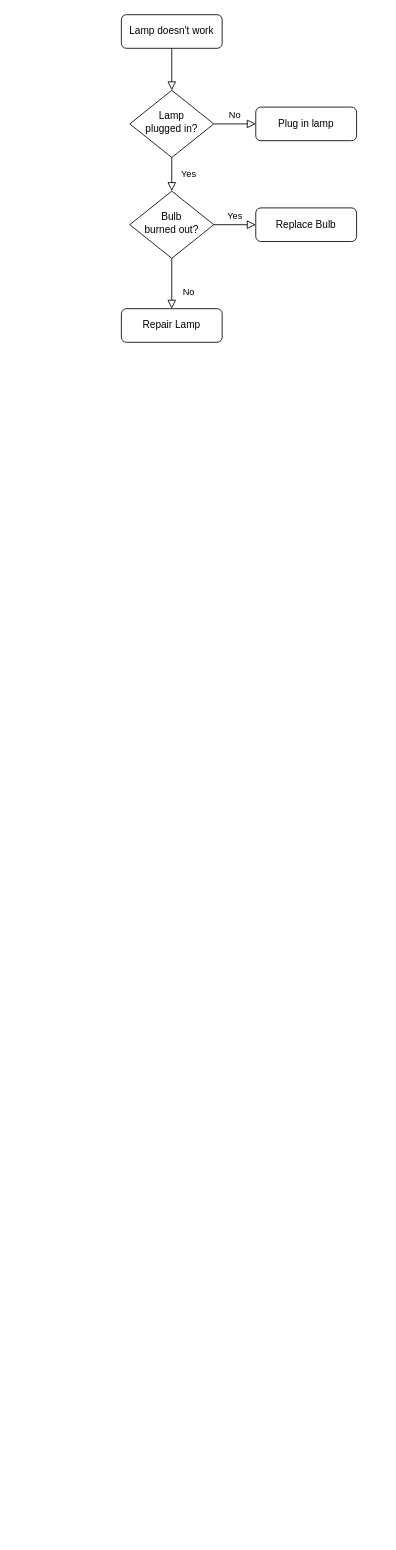
Before: Untitled Diagram.drawio in srinich-dev/algos_ds, a draw.io diagram. Source tidied: cells renumbered, new cells numbered last; positions are measured from the earlier drawing's top-left corner, leaving out a move shared by most shapes. Both pictures are drawn from the tidied source at 84%, with x=0, y=0 at pixel (121, 14).
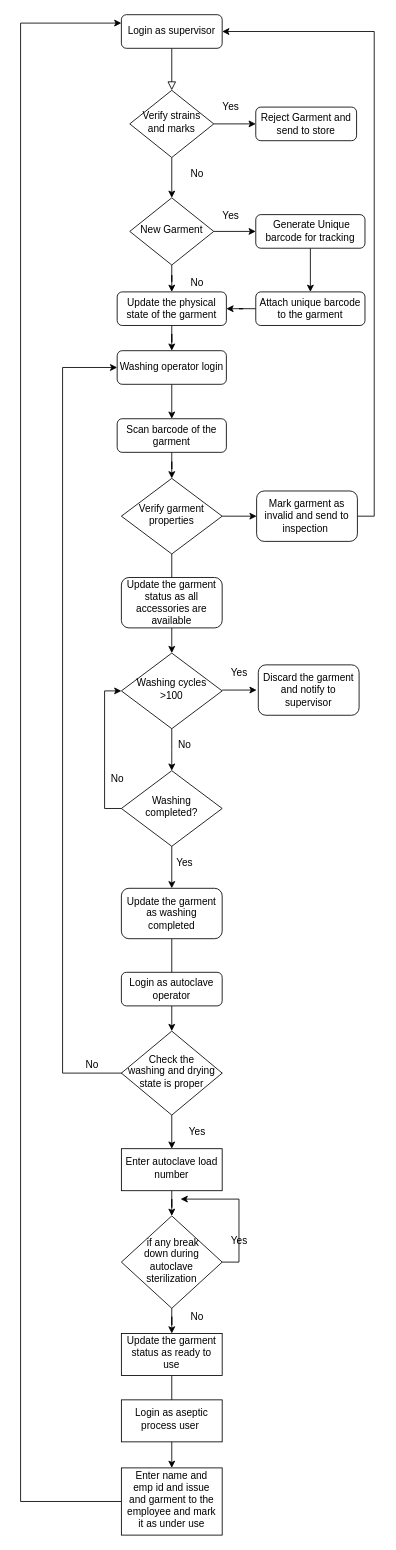
The same diagram, later.

Change to the diagram source:
```diff
@@
-    <mxCell id="3" value="Lamp doesn't work" style="rounded=1;whiteSpace=wrap;html=1;fontSize=12;glass=0;strokeWidth=1;shadow=0;" parent="1" vertex="1">
+    <mxCell id="3" value="Login as supervisor" style="rounded=1;whiteSpace=wrap;html=1;fontSize=12;glass=0;strokeWidth=1;shadow=0;" parent="1" vertex="1">
       <mxGeometry width="120" height="40" as="geometry" />
     </mxCell>
+    <mxCell id="5" style="edgeStyle=orthogonalEdgeStyle;rounded=0;jettySize=auto;html=1;exitX=1;exitY=0.5;exitDx=0;exitDy=0;entryX=0;entryY=0.5;entryDx=0;entryDy=0;" parent="1" edge="1" source="6" target="7">
+      <mxGeometry relative="1" as="geometry" />
+    </mxCell>
-    <mxCell id="4" value="Yes" style="rounded=0;html=1;jettySize=auto;fontSize=11;endArrow=block;endFill=0;endSize=8;strokeWidth=1;shadow=0;labelBackgroundColor=none;edgeStyle=orthogonalEdgeStyle;" parent="1" edge="1" source="6" target="10">
-      <mxGeometry y="20" relative="1" as="geometry" />
+    <mxCell id="4" style="edgeStyle=orthogonalEdgeStyle;rounded=0;jettySize=auto;html=1;exitX=0.5;exitY=1;exitDx=0;exitDy=0;entryX=0.5;entryY=0;entryDx=0;entryDy=0;" parent="1" edge="1" source="6" target="10">
+      <mxGeometry relative="1" as="geometry" />
     </mxCell>
-    <mxCell id="5" value="No" style="edgeStyle=orthogonalEdgeStyle;rounded=0;html=1;jettySize=auto;fontSize=11;endArrow=block;endFill=0;endSize=8;strokeWidth=1;shadow=0;labelBackgroundColor=none;" parent="1" edge="1" source="6" target="7">
-      <mxGeometry y="10" relative="1" as="geometry" />
-    </mxCell>
-    <mxCell id="6" value="Lamp&lt;br&gt;plugged in?" style="rhombus;whiteSpace=wrap;html=1;shadow=0;fontFamily=Helvetica;fontSize=12;align=center;strokeWidth=1;spacing=6;spacingTop=-4;" parent="1" vertex="1">
+    <mxCell id="6" value="Verify strains&lt;br&gt;and marks" style="rhombus;whiteSpace=wrap;html=1;shadow=0;fontFamily=Helvetica;fontSize=12;align=center;strokeWidth=1;spacing=6;spacingTop=-4;" parent="1" vertex="1">
       <mxGeometry x="10" y="90" width="100" height="80" as="geometry" />
     </mxCell>
-    <mxCell id="7" value="Plug in lamp" style="rounded=1;whiteSpace=wrap;html=1;fontSize=12;glass=0;strokeWidth=1;shadow=0;" parent="1" vertex="1">
+    <mxCell id="7" value="Reject Garment and send to store" style="rounded=1;whiteSpace=wrap;html=1;fontSize=12;glass=0;strokeWidth=1;shadow=0;" parent="1" vertex="1">
       <mxGeometry x="160" y="110" width="120" height="40" as="geometry" />
     </mxCell>
-    <mxCell id="8" value="No" style="rounded=0;html=1;jettySize=auto;fontSize=11;endArrow=block;endFill=0;endSize=8;strokeWidth=1;shadow=0;labelBackgroundColor=none;edgeStyle=orthogonalEdgeStyle;" parent="1" edge="1" source="10" target="11">
-      <mxGeometry x="0.33" y="20" relative="1" as="geometry" />
-    </mxCell>
-    <mxCell id="9" value="Yes" style="edgeStyle=orthogonalEdgeStyle;rounded=0;html=1;jettySize=auto;fontSize=11;endArrow=block;endFill=0;endSize=8;strokeWidth=1;shadow=0;labelBackgroundColor=none;" parent="1" edge="1" source="10" target="12">
-      <mxGeometry y="10" relative="1" as="geometry" />
-    </mxCell>
+    <mxCell id="13" style="edgeStyle=orthogonalEdgeStyle;rounded=0;jettySize=auto;html=1;" parent="1" edge="1" source="10" target="18">
+      <mxGeometry relative="1" as="geometry" />
+    </mxCell>
+    <mxCell id="14" style="edgeStyle=orthogonalEdgeStyle;rounded=0;jettySize=auto;html=1;" parent="1" edge="1" source="10" target="28">
+      <mxGeometry relative="1" as="geometry" />
+    </mxCell>
-    <mxCell id="10" value="Bulb&lt;br&gt;burned out?" style="rhombus;whiteSpace=wrap;html=1;shadow=0;fontFamily=Helvetica;fontSize=12;align=center;strokeWidth=1;spacing=6;spacingTop=-4;" parent="1" vertex="1">
-      <mxGeometry x="10" y="210" width="100" height="80" as="geometry" />
+    <mxCell id="10" value="New Garment" style="rhombus;whiteSpace=wrap;html=1;shadow=0;fontFamily=Helvetica;fontSize=12;align=center;strokeWidth=1;spacing=6;spacingTop=-4;" parent="1" vertex="1">
+      <mxGeometry x="10" y="218" width="100" height="80" as="geometry" />
     </mxCell>
-    <mxCell id="11" value="Repair Lamp" style="rounded=1;whiteSpace=wrap;html=1;fontSize=12;glass=0;strokeWidth=1;shadow=0;" parent="1" vertex="1">
-      <mxGeometry y="350" width="120" height="40" as="geometry" />
-    </mxCell>
-    <mxCell id="12" value="Replace Bulb" style="rounded=1;whiteSpace=wrap;html=1;fontSize=12;glass=0;strokeWidth=1;shadow=0;" parent="1" vertex="1">
-      <mxGeometry x="160" y="230" width="120" height="40" as="geometry" />
-    </mxCell>
+    <mxCell id="15" value="No" style="text;html=1;align=center;verticalAlign=middle;strokeColor=none;" parent="1" vertex="1">
+      <mxGeometry x="75" y="180" width="30" height="20" as="geometry" />
+    </mxCell>
+    <mxCell id="16" value="Yes" style="text;html=1;align=center;verticalAlign=middle;strokeColor=none;" parent="1" vertex="1">
+      <mxGeometry x="115" y="100" width="30" height="20" as="geometry" />
+    </mxCell>
+    <mxCell id="17" style="edgeStyle=orthogonalEdgeStyle;rounded=0;jettySize=auto;html=1;" parent="1" edge="1" source="18" target="25">
+      <mxGeometry relative="1" as="geometry" />
+    </mxCell>
+    <mxCell id="18" value="&amp;nbsp;Generate Unique barcode for tracking" style="rounded=1;whiteSpace=wrap;html=1;" parent="1" vertex="1">
+      <mxGeometry x="160" y="238" width="130" height="40" as="geometry" />
+    </mxCell>
+    <mxCell id="19" value="Yes" style="text;html=1;align=center;verticalAlign=middle;strokeColor=none;" parent="1" vertex="1">
+      <mxGeometry x="115" y="230" width="30" height="20" as="geometry" />
+    </mxCell>
+    <mxCell id="20" style="edgeStyle=orthogonalEdgeStyle;rounded=0;jettySize=auto;html=1;" parent="1" edge="1" source="21" target="23">
+      <mxGeometry relative="1" as="geometry" />
+    </mxCell>
+    <mxCell id="21" value="Washing operator login" style="rounded=1;whiteSpace=wrap;html=1;" parent="1" vertex="1">
+      <mxGeometry x="-5" y="400" width="130" height="40" as="geometry" />
+    </mxCell>
+    <mxCell id="22" style="edgeStyle=orthogonalEdgeStyle;rounded=0;jettySize=auto;html=1;" parent="1" edge="1" source="23" target="31">
+      <mxGeometry relative="1" as="geometry" />
+    </mxCell>
+    <mxCell id="23" value="Scan barcode of the garment" style="rounded=1;whiteSpace=wrap;html=1;" parent="1" vertex="1">
+      <mxGeometry x="-5" y="481" width="130" height="40" as="geometry" />
+    </mxCell>
+    <mxCell id="24" style="edgeStyle=orthogonalEdgeStyle;rounded=0;jettySize=auto;html=1;" parent="1" edge="1" source="25" target="28">
+      <mxGeometry relative="1" as="geometry" />
+    </mxCell>
+    <mxCell id="25" value="Attach unique barcode to the garment" style="rounded=1;whiteSpace=wrap;html=1;" parent="1" vertex="1">
+      <mxGeometry x="160" y="330" width="130" height="40" as="geometry" />
+    </mxCell>
+    <mxCell id="26" value="No" style="text;html=1;align=center;verticalAlign=middle;strokeColor=none;" parent="1" vertex="1">
+      <mxGeometry x="75" y="310" width="30" height="20" as="geometry" />
+    </mxCell>
+    <mxCell id="27" style="edgeStyle=orthogonalEdgeStyle;rounded=0;jettySize=auto;html=1;" parent="1" edge="1" source="28" target="21">
+      <mxGeometry relative="1" as="geometry" />
+    </mxCell>
+    <mxCell id="28" value="Update the physical state of the garment" style="rounded=1;whiteSpace=wrap;html=1;" parent="1" vertex="1">
+      <mxGeometry x="-5" y="330" width="130" height="40" as="geometry" />
+    </mxCell>
+    <mxCell id="29" style="edgeStyle=orthogonalEdgeStyle;rounded=0;jettySize=auto;html=1;" parent="1" edge="1" source="31" target="33">
+      <mxGeometry relative="1" as="geometry" />
+    </mxCell>
+    <mxCell id="30" style="edgeStyle=orthogonalEdgeStyle;rounded=0;jettySize=auto;html=1;" parent="1" edge="1" source="31" target="37">
+      <mxGeometry relative="1" as="geometry" />
+    </mxCell>
+    <mxCell id="31" value="Verify garment properties" style="rhombus;whiteSpace=wrap;html=1;shadow=0;fontFamily=Helvetica;fontSize=12;align=center;strokeWidth=1;spacing=6;spacingTop=-4;" parent="1" vertex="1">
+      <mxGeometry y="552" width="120" height="90" as="geometry" />
+    </mxCell>
+    <mxCell id="32" style="edgeStyle=orthogonalEdgeStyle;rounded=0;jettySize=auto;html=1;exitX=1;exitY=0.5;exitDx=0;exitDy=0;entryX=1;entryY=0.5;entryDx=0;entryDy=0;" parent="1" edge="1" source="33" target="3">
+      <mxGeometry relative="1" as="geometry" />
+    </mxCell>
+    <mxCell id="33" value="Mark garment as invalid and send to inspection&amp;nbsp;" style="rounded=1;whiteSpace=wrap;html=1;" parent="1" vertex="1">
+      <mxGeometry x="161" y="567" width="120" height="60" as="geometry" />
+    </mxCell>
+    <mxCell id="34" value="Update the garment status as all accessories are available" style="rounded=1;whiteSpace=wrap;html=1;" parent="1" vertex="1">
+      <mxGeometry y="670" width="120" height="60" as="geometry" />
+    </mxCell>
+    <mxCell id="35" style="edgeStyle=orthogonalEdgeStyle;rounded=0;orthogonalLoop=1;jettySize=auto;html=1;" parent="1" edge="1">
+      <mxGeometry relative="1" as="geometry">
+        <mxPoint x="120" y="804" as="sourcePoint" />
+        <mxPoint x="161" y="804" as="targetPoint" />
+      </mxGeometry>
+    </mxCell>
+    <mxCell id="36" style="edgeStyle=orthogonalEdgeStyle;rounded=0;jettySize=auto;html=1;" parent="1" edge="1" source="37">
+      <mxGeometry relative="1" as="geometry">
+        <mxPoint x="60" y="900" as="targetPoint" />
+      </mxGeometry>
+    </mxCell>
+    <mxCell id="37" value="Washing cycles &amp;gt;100" style="rhombus;whiteSpace=wrap;html=1;shadow=0;fontFamily=Helvetica;fontSize=12;align=center;strokeWidth=1;spacing=6;spacingTop=-4;" parent="1" vertex="1">
+      <mxGeometry y="760" width="120" height="90" as="geometry" />
+    </mxCell>
+    <mxCell id="38" value="Discard the garment and notify to supervisor" style="rounded=1;whiteSpace=wrap;html=1;" parent="1" vertex="1">
+      <mxGeometry x="163" y="774" width="120" height="60" as="geometry" />
+    </mxCell>
+    <mxCell id="39" value="No" style="text;html=1;align=center;verticalAlign=middle;strokeColor=none;" parent="1" vertex="1">
+      <mxGeometry x="60" y="860" width="30" height="20" as="geometry" />
+    </mxCell>
+    <mxCell id="40" value="Yes" style="text;html=1;align=center;verticalAlign=middle;strokeColor=none;" parent="1" vertex="1">
+      <mxGeometry x="125" y="774" width="30" height="20" as="geometry" />
+    </mxCell>
+    <mxCell id="41" style="edgeStyle=orthogonalEdgeStyle;rounded=0;jettySize=auto;html=1;entryX=0;entryY=0.5;entryDx=0;entryDy=0;" parent="1" edge="1" source="43" target="37">
+      <mxGeometry relative="1" as="geometry">
+        <Array as="points">
+          <mxPoint x="-20" y="945" />
+          <mxPoint x="-20" y="805" />
+        </Array>
+      </mxGeometry>
+    </mxCell>
+    <mxCell id="42" style="edgeStyle=orthogonalEdgeStyle;rounded=0;jettySize=auto;html=1;" parent="1" edge="1" source="43" target="46">
+      <mxGeometry relative="1" as="geometry" />
+    </mxCell>
+    <mxCell id="43" value="Washing completed?" style="rhombus;whiteSpace=wrap;html=1;shadow=0;fontFamily=Helvetica;fontSize=12;align=center;strokeWidth=1;spacing=6;spacingTop=-4;" parent="1" vertex="1">
+      <mxGeometry y="900" width="120" height="90" as="geometry" />
+    </mxCell>
+    <mxCell id="44" value="Yes" style="text;html=1;align=center;verticalAlign=middle;strokeColor=none;" parent="1" vertex="1">
+      <mxGeometry x="60" y="1000" width="30" height="20" as="geometry" />
+    </mxCell>
+    <mxCell id="45" style="edgeStyle=orthogonalEdgeStyle;rounded=0;jettySize=auto;html=1;" parent="1" edge="1" source="46" target="50">
+      <mxGeometry relative="1" as="geometry" />
+    </mxCell>
+    <mxCell id="46" value="Update the garment as washing completed" style="rounded=1;whiteSpace=wrap;html=1;" parent="1" vertex="1">
+      <mxGeometry y="1040" width="120" height="60" as="geometry" />
+    </mxCell>
+    <mxCell id="47" value="Login as autoclave operator" style="rounded=1;whiteSpace=wrap;html=1;fontSize=12;glass=0;strokeWidth=1;shadow=0;" parent="1" vertex="1">
+      <mxGeometry y="1140" width="120" height="40" as="geometry" />
+    </mxCell>
+    <mxCell id="48" style="edgeStyle=orthogonalEdgeStyle;rounded=0;jettySize=auto;html=1;" parent="1" edge="1" source="50" target="52">
+      <mxGeometry relative="1" as="geometry" />
+    </mxCell>
+    <mxCell id="49" style="edgeStyle=orthogonalEdgeStyle;rounded=0;jettySize=auto;html=1;exitX=1;exitY=0.5;exitDx=0;exitDy=0;entryX=0;entryY=0.5;entryDx=0;entryDy=0;" parent="1" edge="1" source="50" target="21">
+      <mxGeometry relative="1" as="geometry">
+        <Array as="points">
+          <mxPoint x="-70" y="1260" />
+          <mxPoint x="-70" y="420" />
+        </Array>
+      </mxGeometry>
+    </mxCell>
+    <mxCell id="50" value="Check the &lt;br&gt;washing and drying state is proper" style="rhombus;whiteSpace=wrap;html=1;shadow=0;fontFamily=Helvetica;fontSize=12;align=center;strokeWidth=1;spacing=6;spacingTop=-4;" parent="1" vertex="1">
+      <mxGeometry y="1210" width="120" height="100" as="geometry" />
+    </mxCell>
+    <mxCell id="51" style="edgeStyle=orthogonalEdgeStyle;rounded=0;jettySize=auto;html=1;" parent="1" edge="1" source="52" target="58">
+      <mxGeometry relative="1" as="geometry" />
+    </mxCell>
+    <mxCell id="52" value="Enter autoclave load number" style="whiteSpace=wrap;html=1;shadow=0;strokeWidth=1;spacing=6;spacingTop=-4;" parent="1" vertex="1">
+      <mxGeometry y="1350" width="120" height="50" as="geometry" />
+    </mxCell>
+    <mxCell id="53" value="No" style="text;html=1;align=center;verticalAlign=middle;strokeColor=none;" parent="1" vertex="1">
+      <mxGeometry x="-20" y="900" width="30" height="20" as="geometry" />
+    </mxCell>
+    <mxCell id="54" value="Yes" style="text;html=1;align=center;verticalAlign=middle;strokeColor=none;" parent="1" vertex="1">
+      <mxGeometry x="75" y="1320" width="30" height="20" as="geometry" />
+    </mxCell>
+    <mxCell id="55" value="No" style="text;html=1;align=center;verticalAlign=middle;strokeColor=none;" parent="1" vertex="1">
+      <mxGeometry x="-50" y="1240" width="30" height="20" as="geometry" />
+    </mxCell>
+    <mxCell id="56" style="edgeStyle=orthogonalEdgeStyle;rounded=0;jettySize=auto;html=1;exitX=1;exitY=0.5;exitDx=0;exitDy=0;" parent="1" edge="1" source="58">
+      <mxGeometry relative="1" as="geometry">
+        <mxPoint x="70" y="1410" as="targetPoint" />
+      </mxGeometry>
+    </mxCell>
+    <mxCell id="57" style="edgeStyle=orthogonalEdgeStyle;rounded=0;jettySize=auto;html=1;" parent="1" edge="1" source="58" target="61">
+      <mxGeometry relative="1" as="geometry" />
+    </mxCell>
+    <mxCell id="58" value="&amp;nbsp;if any break &lt;br&gt;down during autoclave sterilization" style="rhombus;whiteSpace=wrap;html=1;shadow=0;fontFamily=Helvetica;fontSize=12;align=center;strokeWidth=1;spacing=6;spacingTop=-4;" parent="1" vertex="1">
+      <mxGeometry y="1430" width="120" height="110" as="geometry" />
+    </mxCell>
+    <mxCell id="59" value="Yes" style="text;html=1;align=center;verticalAlign=middle;strokeColor=none;" parent="1" vertex="1">
+      <mxGeometry x="125" y="1450" width="30" height="20" as="geometry" />
+    </mxCell>
+    <mxCell id="60" style="edgeStyle=orthogonalEdgeStyle;rounded=0;jettySize=auto;html=1;" parent="1" edge="1" source="61" target="65">
+      <mxGeometry relative="1" as="geometry" />
+    </mxCell>
+    <mxCell id="61" value="Update the garment status as ready to use" style="whiteSpace=wrap;html=1;shadow=0;strokeWidth=1;spacing=6;spacingTop=-4;" parent="1" vertex="1">
+      <mxGeometry y="1570" width="120" height="50" as="geometry" />
+    </mxCell>
+    <mxCell id="62" value="No" style="text;html=1;align=center;verticalAlign=middle;strokeColor=none;" parent="1" vertex="1">
+      <mxGeometry x="75" y="1540" width="30" height="20" as="geometry" />
+    </mxCell>
+    <mxCell id="63" value="Login as aseptic process user&amp;nbsp;" style="whiteSpace=wrap;html=1;shadow=0;strokeWidth=1;spacing=6;spacingTop=-4;" parent="1" vertex="1">
+      <mxGeometry y="1649" width="120" height="50" as="geometry" />
+    </mxCell>
+    <mxCell id="64" style="edgeStyle=orthogonalEdgeStyle;rounded=0;jettySize=auto;html=1;entryX=0;entryY=0.25;entryDx=0;entryDy=0;" parent="1" edge="1" source="65" target="3">
+      <mxGeometry relative="1" as="geometry">
+        <Array as="points">
+          <mxPoint x="-120" y="1770" />
+          <mxPoint x="-120" y="10" />
+        </Array>
+      </mxGeometry>
+    </mxCell>
+    <mxCell id="65" value="Enter name and emp id and issue and garment to the employee and mark it as under use" style="whiteSpace=wrap;html=1;shadow=0;strokeWidth=1;spacing=6;spacingTop=-4;" parent="1" vertex="1">
+      <mxGeometry y="1730" width="120" height="80" as="geometry" />
+    </mxCell>
```
